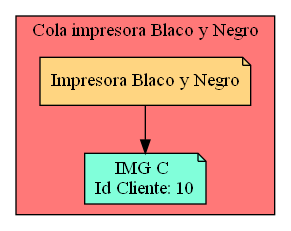
Serch-ING/EDD_UDRAWING_202000119 keeps this Graphviz diagram as Cola_Print_bw.png. Above is the earlier version. Its source is kept beside it as Cola_Print_bw.dot.
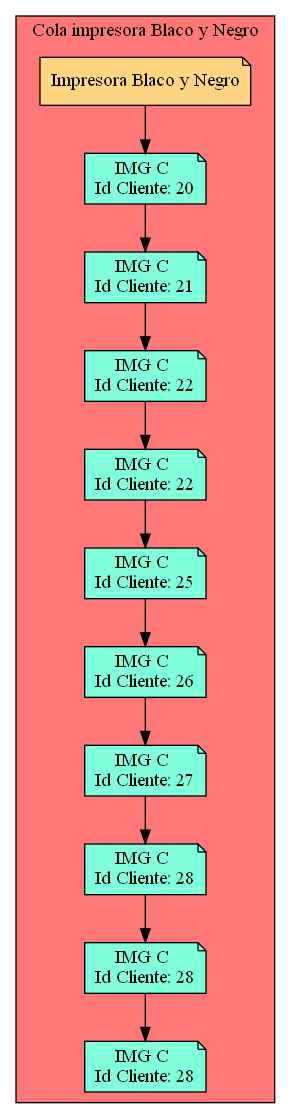
After the commit.

The edit, as a diff of the source:
```diff
@@ -3,7 +3,43 @@
 subgraph cluster_p{
     label= " Cola impresora Blaco y Negro "
  raiz[label = "Impresora Blaco y Negro" fillcolor="#FFD581" ]    bgcolor = "#FF7878"
-Nodo71399214[label="IMG C
-Id Cliente: 10",fillcolor="#81FFDA"]
+Nodo320304382[label="IMG C
+Id Cliente: 20",fillcolor="#81FFDA"]
+Nodo573673894[label="IMG C
+Id Cliente: 21",fillcolor="#81FFDA"]
+Nodo1827725498[label="IMG C
+Id Cliente: 22",fillcolor="#81FFDA"]
+Nodo131635550[label="IMG C
+Id Cliente: 22",fillcolor="#81FFDA"]
+Nodo860481979[label="IMG C
+Id Cliente: 25",fillcolor="#81FFDA"]
+Nodo825249556[label="IMG C
+Id Cliente: 26",fillcolor="#81FFDA"]
+Nodo168907708[label="IMG C
+Id Cliente: 27",fillcolor="#81FFDA"]
+Nodo873610597[label="IMG C
+Id Cliente: 28",fillcolor="#81FFDA"]
+Nodo1497845528[label="IMG C
+Id Cliente: 28",fillcolor="#81FFDA"]
+Nodo1710989308[label="IMG C
+Id Cliente: 28",fillcolor="#81FFDA"]
 
-raiz->Nodo71399214}}
+raiz->Nodo320304382
+Nodo320304382 -> Nodo573673894
+
+Nodo573673894 -> Nodo1827725498
+
+Nodo1827725498 -> Nodo131635550
+
+Nodo131635550 -> Nodo860481979
+
+Nodo860481979 -> Nodo825249556
+
+Nodo825249556 -> Nodo168907708
+
+Nodo168907708 -> Nodo873610597
+
+Nodo873610597 -> Nodo1497845528
+
+Nodo1497845528 -> Nodo1710989308
+}}
```
